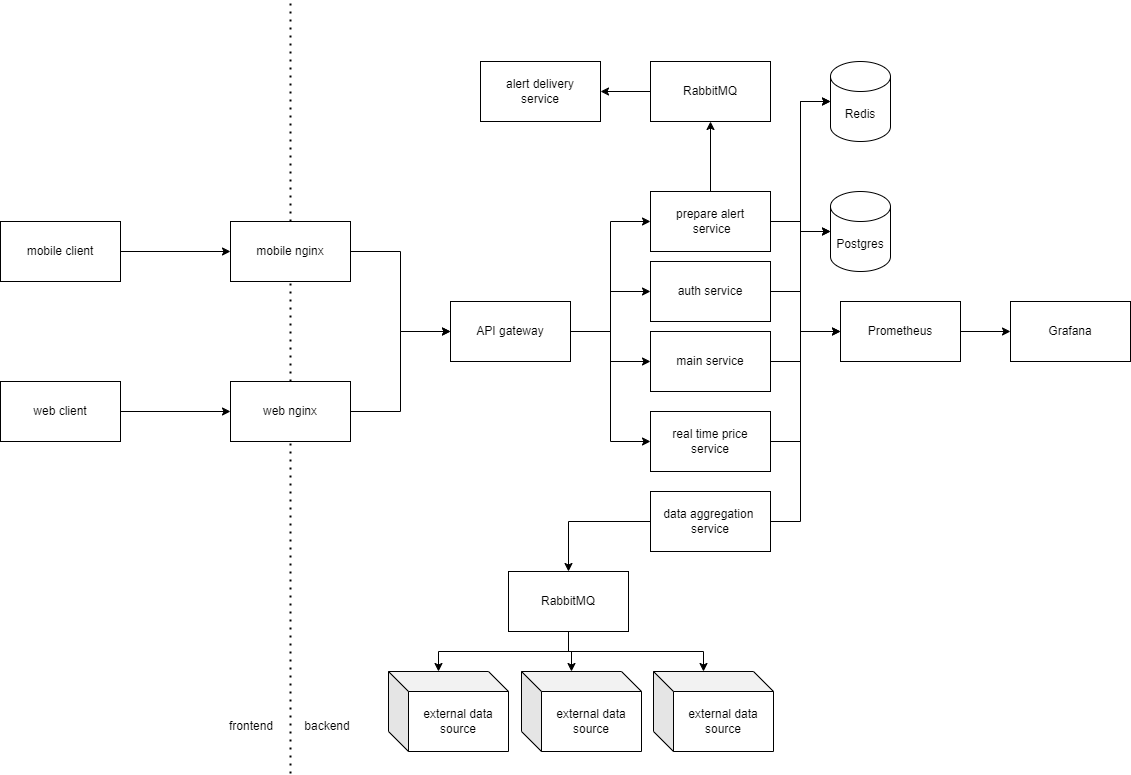
Before: image-10.png, a diagram exported from draw.io (MaratKamalovPD/Highload_Coinmarketcap). Source tidied: cells renumbered, new cells last; positions are measured from the earlier drawing's top-left corner, leaving out a move shared by most shapes.
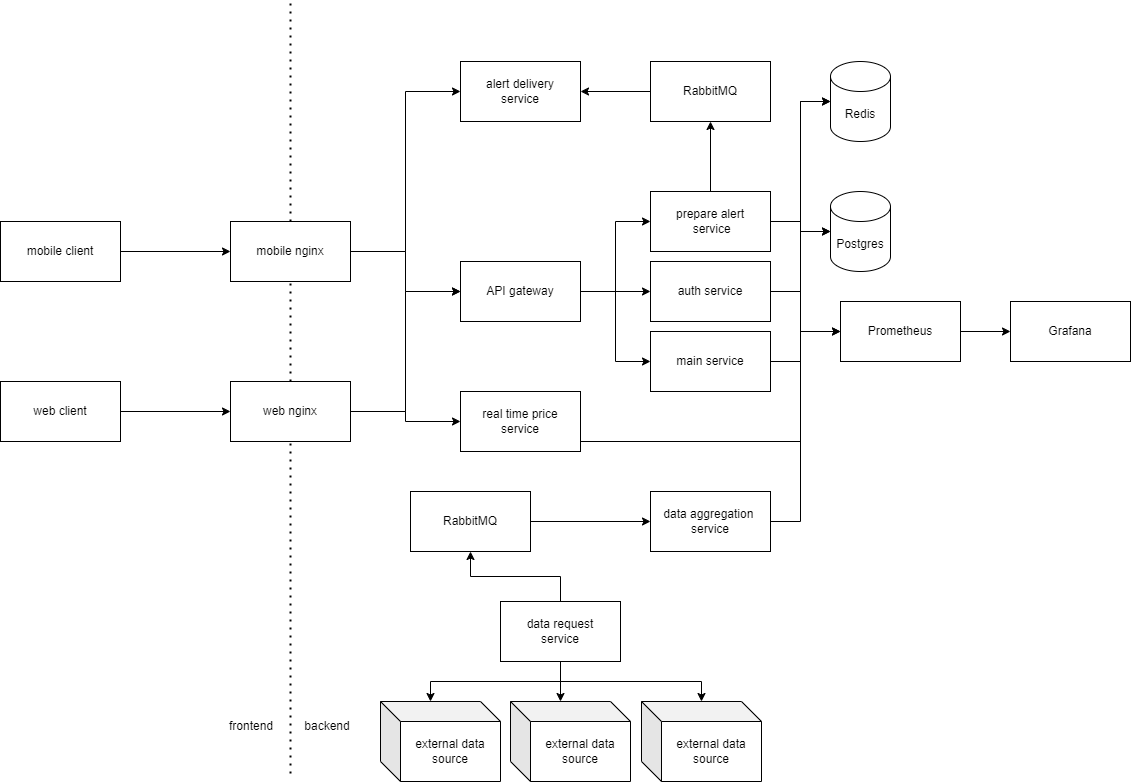
After the commit.

Commit message:
UPD Схема проекта

The edit, as a diff of the source:
```diff
@@ -23,12 +23,18 @@
     <mxCell id="7" style="edgeStyle=orthogonalEdgeStyle;rounded=0;jettySize=auto;html=1;exitX=1;exitY=0.5;exitDx=0;exitDy=0;entryX=0;entryY=0.5;entryDx=0;entryDy=0;" parent="1" edge="1" source="8" target="15">
       <mxGeometry relative="1" as="geometry" />
     </mxCell>
+    <mxCell id="46" style="edgeStyle=orthogonalEdgeStyle;rounded=0;jettySize=auto;html=1;exitX=1;exitY=0.5;exitDx=0;exitDy=0;entryX=0;entryY=0.5;entryDx=0;entryDy=0;" parent="1" edge="1" source="8" target="43">
+      <mxGeometry relative="1" as="geometry" />
+    </mxCell>
     <mxCell id="8" value="mobile nginx" style="rounded=0;whiteSpace=wrap;html=1;" parent="1" vertex="1">
       <mxGeometry x="230" y="220" width="120" height="60" as="geometry" />
     </mxCell>
     <mxCell id="9" style="edgeStyle=orthogonalEdgeStyle;rounded=0;jettySize=auto;html=1;exitX=1;exitY=0.5;exitDx=0;exitDy=0;entryX=0;entryY=0.5;entryDx=0;entryDy=0;" parent="1" edge="1" source="10" target="15">
       <mxGeometry relative="1" as="geometry" />
     </mxCell>
+    <mxCell id="47" style="edgeStyle=orthogonalEdgeStyle;rounded=0;jettySize=auto;html=1;exitX=1;exitY=0.5;exitDx=0;exitDy=0;" parent="1" edge="1" source="10" target="45">
+      <mxGeometry relative="1" as="geometry" />
+    </mxCell>
     <mxCell id="10" value="web nginx" style="rounded=0;whiteSpace=wrap;html=1;" parent="1" vertex="1">
       <mxGeometry x="230" y="380" width="120" height="60" as="geometry" />
     </mxCell>
@@ -41,11 +47,8 @@
     <mxCell id="13" style="edgeStyle=orthogonalEdgeStyle;rounded=0;jettySize=auto;html=1;exitX=1;exitY=0.5;exitDx=0;exitDy=0;entryX=0;entryY=0.5;entryDx=0;entryDy=0;" parent="1" edge="1" source="15" target="24">
       <mxGeometry relative="1" as="geometry" />
     </mxCell>
-    <mxCell id="14" style="edgeStyle=orthogonalEdgeStyle;rounded=0;jettySize=auto;html=1;exitX=1;exitY=0.5;exitDx=0;exitDy=0;entryX=0;entryY=0.5;entryDx=0;entryDy=0;" parent="1" edge="1" source="15" target="45">
-      <mxGeometry relative="1" as="geometry" />
-    </mxCell>
     <mxCell id="15" value="API gateway" style="rounded=0;whiteSpace=wrap;html=1;" parent="1" vertex="1">
-      <mxGeometry x="450" y="300" width="120" height="60" as="geometry" />
+      <mxGeometry x="460" y="260" width="120" height="60" as="geometry" />
     </mxCell>
     <mxCell id="16" value="backend" style="text;html=1;align=center;verticalAlign=middle;whiteSpace=wrap;rounded=0;" parent="1" vertex="1">
       <mxGeometry x="297" y="710" width="60" height="30" as="geometry" />
@@ -56,17 +59,20 @@
     <mxCell id="18" value="auth service" style="rounded=0;whiteSpace=wrap;html=1;" parent="1" vertex="1">
       <mxGeometry x="650" y="260" width="120" height="60" as="geometry" />
     </mxCell>
+    <mxCell id="48" style="edgeStyle=orthogonalEdgeStyle;rounded=0;jettySize=auto;html=1;exitX=1;exitY=0.5;exitDx=0;exitDy=0;entryX=0;entryY=0.5;entryDx=0;entryDy=0;" parent="1" edge="1" source="19" target="29">
+      <mxGeometry relative="1" as="geometry" />
+    </mxCell>
     <mxCell id="19" value="RabbitMQ" style="rounded=0;whiteSpace=wrap;html=1;" parent="1" vertex="1">
-      <mxGeometry x="508" y="570" width="120" height="60" as="geometry" />
+      <mxGeometry x="410" y="490" width="120" height="60" as="geometry" />
     </mxCell>
     <mxCell id="20" value="external data source" style="shape=cube;whiteSpace=wrap;html=1;boundedLbl=1;backgroundOutline=1;darkOpacity=0.05;darkOpacity2=0.1;" parent="1" vertex="1">
-      <mxGeometry x="388" y="670" width="120" height="80" as="geometry" />
+      <mxGeometry x="380" y="700" width="120" height="80" as="geometry" />
     </mxCell>
     <mxCell id="21" value="external data source" style="shape=cube;whiteSpace=wrap;html=1;boundedLbl=1;backgroundOutline=1;darkOpacity=0.05;darkOpacity2=0.1;" parent="1" vertex="1">
-      <mxGeometry x="521" y="670" width="120" height="80" as="geometry" />
+      <mxGeometry x="510" y="700" width="120" height="80" as="geometry" />
     </mxCell>
     <mxCell id="22" value="external data source" style="shape=cube;whiteSpace=wrap;html=1;boundedLbl=1;backgroundOutline=1;darkOpacity=0.05;darkOpacity2=0.1;" parent="1" vertex="1">
-      <mxGeometry x="653" y="670" width="120" height="80" as="geometry" />
+      <mxGeometry x="641" y="700" width="120" height="80" as="geometry" />
     </mxCell>
     <mxCell id="23" style="edgeStyle=orthogonalEdgeStyle;rounded=0;jettySize=auto;html=1;exitX=0.5;exitY=0;exitDx=0;exitDy=0;entryX=0.5;entryY=1;entryDx=0;entryDy=0;" parent="1" edge="1" source="24" target="39">
       <mxGeometry relative="1" as="geometry" />
@@ -83,9 +89,6 @@
     <mxCell id="27" value="Grafana" style="rounded=0;whiteSpace=wrap;html=1;" parent="1" vertex="1">
       <mxGeometry x="1010" y="300" width="120" height="60" as="geometry" />
     </mxCell>
-    <mxCell id="28" style="edgeStyle=orthogonalEdgeStyle;rounded=0;jettySize=auto;html=1;exitX=0;exitY=0.5;exitDx=0;exitDy=0;" parent="1" edge="1" source="29" target="19">
-      <mxGeometry relative="1" as="geometry" />
-    </mxCell>
     <mxCell id="29" value="&lt;span style=&quot;white-space-collapse: preserve;&quot; class=&quot;EzKURWReUAB5oZgtQNkl&quot;&gt;data&lt;/span&gt;&lt;span style=&quot;white-space-collapse: preserve;&quot;&gt; &lt;/span&gt;&lt;span style=&quot;white-space-collapse: preserve;&quot; class=&quot;EzKURWReUAB5oZgtQNkl&quot;&gt;aggregation &lt;/span&gt;&lt;div&gt;&lt;span style=&quot;white-space-collapse: preserve;&quot; class=&quot;EzKURWReUAB5oZgtQNkl&quot;&gt;service&lt;/span&gt;&lt;/div&gt;" style="rounded=0;whiteSpace=wrap;html=1;" parent="1" vertex="1">
       <mxGeometry x="650" y="490" width="120" height="60" as="geometry" />
     </mxCell>
@@ -124,17 +127,8 @@
     <mxCell id="39" value="RabbitMQ" style="rounded=0;whiteSpace=wrap;html=1;" parent="1" vertex="1">
       <mxGeometry x="650" y="60" width="120" height="60" as="geometry" />
     </mxCell>
-    <mxCell id="40" style="edgeStyle=orthogonalEdgeStyle;rounded=0;jettySize=auto;html=1;exitX=0.5;exitY=1;exitDx=0;exitDy=0;entryX=0;entryY=0;entryDx=50;entryDy=0;entryPerimeter=0;" parent="1" edge="1" source="19" target="21">
-      <mxGeometry relative="1" as="geometry" />
-    </mxCell>
-    <mxCell id="41" style="edgeStyle=orthogonalEdgeStyle;rounded=0;jettySize=auto;html=1;exitX=0.5;exitY=1;exitDx=0;exitDy=0;entryX=0;entryY=0;entryDx=50;entryDy=0;entryPerimeter=0;" parent="1" edge="1" source="19" target="22">
-      <mxGeometry relative="1" as="geometry" />
-    </mxCell>
-    <mxCell id="42" style="edgeStyle=orthogonalEdgeStyle;rounded=0;jettySize=auto;html=1;exitX=0.5;exitY=1;exitDx=0;exitDy=0;entryX=0;entryY=0;entryDx=50;entryDy=0;entryPerimeter=0;" parent="1" edge="1" source="19" target="20">
-      <mxGeometry relative="1" as="geometry" />
-    </mxCell>
     <mxCell id="43" value="alert delivery&lt;div&gt;service&lt;/div&gt;" style="rounded=0;whiteSpace=wrap;html=1;" parent="1" vertex="1">
-      <mxGeometry x="480" y="60" width="120" height="60" as="geometry" />
+      <mxGeometry x="460" y="60" width="120" height="60" as="geometry" />
     </mxCell>
     <mxCell id="44" style="edgeStyle=orthogonalEdgeStyle;rounded=0;jettySize=auto;html=1;exitX=1;exitY=0.5;exitDx=0;exitDy=0;entryX=0;entryY=0.5;entryDx=0;entryDy=0;" parent="1" edge="1" source="45" target="26">
       <mxGeometry relative="1" as="geometry">
@@ -145,7 +139,22 @@
       </mxGeometry>
     </mxCell>
     <mxCell id="45" value="real time price&lt;br&gt;service" style="rounded=0;whiteSpace=wrap;html=1;" parent="1" vertex="1">
-      <mxGeometry x="650" y="410" width="120" height="60" as="geometry" />
+      <mxGeometry x="460" y="390" width="120" height="60" as="geometry" />
     </mxCell>
+    <mxCell id="49" style="edgeStyle=orthogonalEdgeStyle;rounded=0;jettySize=auto;html=1;exitX=0.5;exitY=0;exitDx=0;exitDy=0;entryX=0.5;entryY=1;entryDx=0;entryDy=0;" parent="1" edge="1" source="51" target="19">
+      <mxGeometry relative="1" as="geometry" />
+    </mxCell>
+    <mxCell id="50" style="edgeStyle=orthogonalEdgeStyle;rounded=0;jettySize=auto;html=1;exitX=0.5;exitY=1;exitDx=0;exitDy=0;" parent="1" edge="1" source="51" target="22">
+      <mxGeometry relative="1" as="geometry" />
+    </mxCell>
+    <mxCell id="51" value="data request&lt;br&gt;service" style="rounded=0;whiteSpace=wrap;html=1;" parent="1" vertex="1">
+      <mxGeometry x="500" y="600" width="120" height="60" as="geometry" />
+    </mxCell>
+    <mxCell id="52" style="edgeStyle=orthogonalEdgeStyle;rounded=0;jettySize=auto;html=1;exitX=0.5;exitY=1;exitDx=0;exitDy=0;entryX=0;entryY=0;entryDx=50;entryDy=0;entryPerimeter=0;" parent="1" edge="1" source="51" target="20">
+      <mxGeometry relative="1" as="geometry" />
+    </mxCell>
+    <mxCell id="53" style="edgeStyle=orthogonalEdgeStyle;rounded=0;jettySize=auto;html=1;exitX=0.5;exitY=1;exitDx=0;exitDy=0;entryX=0;entryY=0;entryDx=50;entryDy=0;entryPerimeter=0;" parent="1" edge="1" source="51" target="21">
+      <mxGeometry relative="1" as="geometry" />
+    </mxCell>
   </root>
 </mxGraphModel>
```
